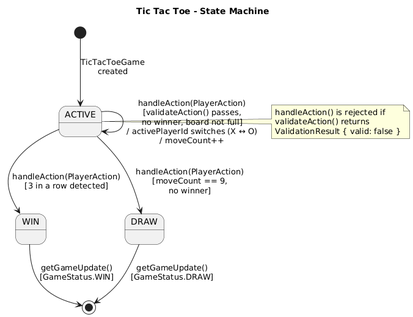
Earlier version of the PlantUML export docs/rules+validation/roman/02.03 - Tic Tac Toe SM Diagram.png (Hainsman/SENG-300-Group-Project).
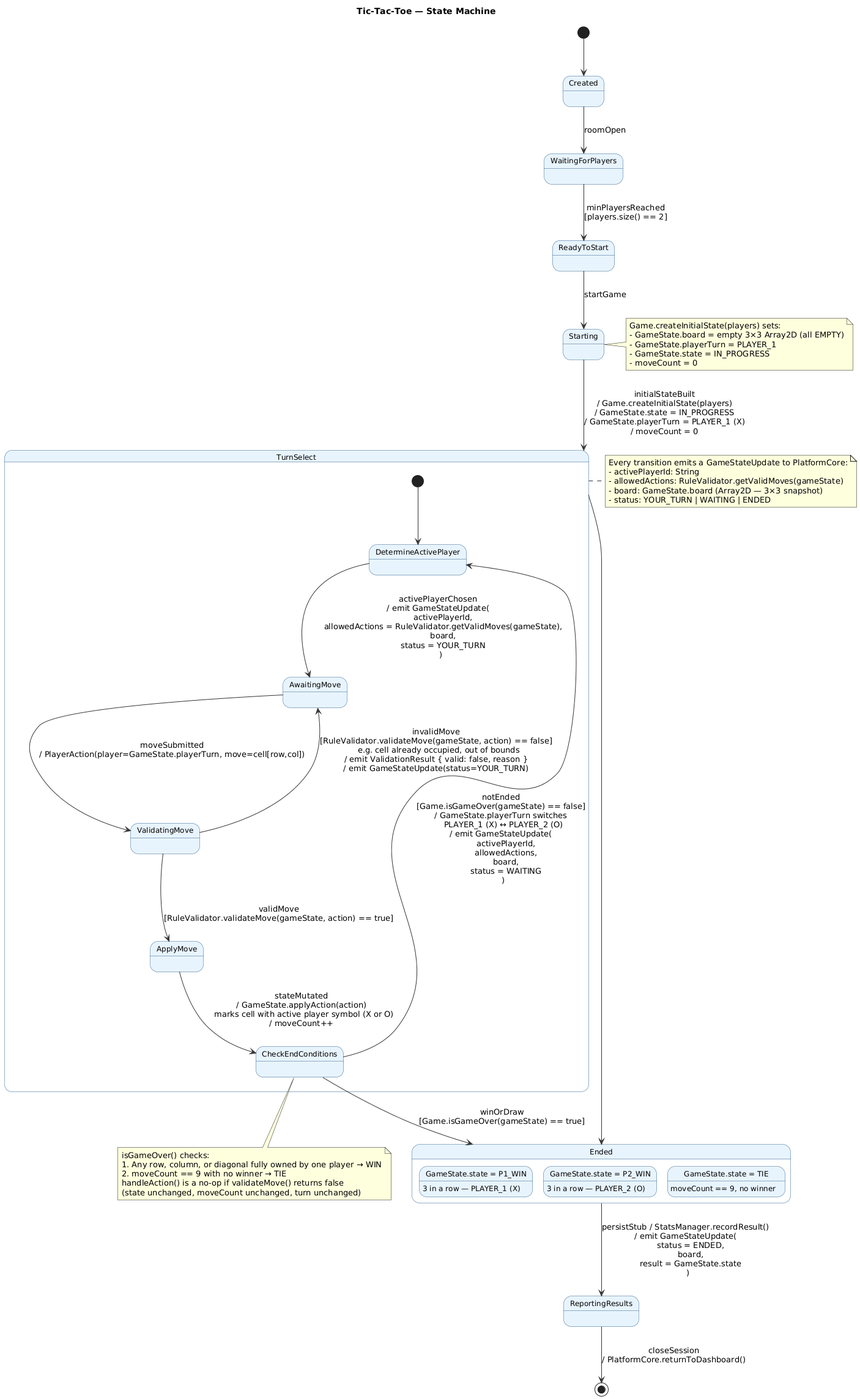
After the change.

Commit message:
Updated the Game SM Diagrams

The edit, as a diff of the source:
```diff
@@ -1,20 +1,78 @@
 @startuml
-title Tic Tac Toe - State Machine
+title Tic-Tac-Toe — State Machine
 
-[*] --> ACTIVE : TicTacToeGame\ncreated
+skinparam state {
+  BackgroundColor #E8F4FD
+  BorderColor #2A5F8F
+  FontSize 12
+  ArrowColor #333333
+  StartColor #1a3a5c
+  EndColor #1a3a5c
+  CompositeBackgroundColor #F5FAFF
+  CompositeBorderColor #2A5F8F
+}
 
-ACTIVE --> ACTIVE : handleAction(PlayerAction)\n[validateAction() passes,\nno winner, board not full]\n/ activePlayerId switches (X ↔ O)\n/ moveCount++
+[*] --> Created
 
-ACTIVE --> WIN : handleAction(PlayerAction)\n[3 in a row detected]
+Created --> WaitingForPlayers : roomOpen
 
-ACTIVE --> DRAW : handleAction(PlayerAction)\n[moveCount == 9,\nno winner]
+WaitingForPlayers --> ReadyToStart : minPlayersReached\n[players.size() == 2]
 
-WIN --> [*] : getGameUpdate()\n[GameStatus.WIN]
-DRAW --> [*] : getGameUpdate()\n[GameStatus.DRAW]
+ReadyToStart --> Starting : startGame
 
-note right of ACTIVE
-  handleAction() is rejected if
-  validateAction() returns
-  ValidationResult { valid: false }
+Starting --> TurnSelect : initialStateBuilt\n/ Game.createInitialState(players)\n/ GameState.state = IN_PROGRESS\n/ GameState.playerTurn = PLAYER_1 (X)\n/ moveCount = 0
+
+state TurnSelect {
+  [*] --> DetermineActivePlayer
+
+  DetermineActivePlayer --> AwaitingMove : activePlayerChosen\n/ emit GameStateUpdate(\n    activePlayerId,\n    allowedActions = RuleValidator.getValidMoves(gameState),\n    board,\n    status = YOUR_TURN\n  )
+
+  AwaitingMove --> ValidatingMove : moveSubmitted\n/ PlayerAction(player=GameState.playerTurn, move=cell[row,col])
+
+  ValidatingMove --> AwaitingMove : invalidMove\n[RuleValidator.validateMove(gameState, action) == false]\n  e.g. cell already occupied, out of bounds\n/ emit ValidationResult { valid: false, reason }\n/ emit GameStateUpdate(status=YOUR_TURN)
+
+  ValidatingMove --> ApplyMove : validMove\n[RuleValidator.validateMove(gameState, action) == true]
+
+  ApplyMove --> CheckEndConditions : stateMutated\n/ GameState.applyAction(action)\n  marks cell with active player symbol (X or O)\n/ moveCount++
+
+  CheckEndConditions --> DetermineActivePlayer : notEnded\n[Game.isGameOver(gameState) == false]\n/ GameState.playerTurn switches\n  PLAYER_1 (X) ↔ PLAYER_2 (O)\n/ emit GameStateUpdate(\n    activePlayerId,\n    allowedActions,\n    board,\n    status = WAITING\n  )
+
+  CheckEndConditions --> Ended : winOrDraw\n[Game.isGameOver(gameState) == true]
+}
+
+state Ended {
+  state "GameState.state = P1_WIN" as P1Win : 3 in a row — PLAYER_1 (X)
+  state "GameState.state = P2_WIN" as P2Win : 3 in a row — PLAYER_2 (O)
+  state "GameState.state = TIE"   as Tie   : moveCount == 9, no winner
+}
+
+TurnSelect --> Ended
+
+Ended --> ReportingResults : persistStub / StatsManager.recordResult()\n/ emit GameStateUpdate(\n    status = ENDED,\n    board,\n    result = GameState.state\n  )
+
+ReportingResults --> [*] : closeSession\n/ PlatformCore.returnToDashboard()
+
+note right of TurnSelect
+  Every transition emits a GameStateUpdate to PlatformCore:
+  - activePlayerId: String
+  - allowedActions: RuleValidator.getValidMoves(gameState)
+  - board: GameState.board (Array2D — 3×3 snapshot)
+  - status: YOUR_TURN | WAITING | ENDED
+end note
+
+note right of Starting
+  Game.createInitialState(players) sets:
+  - GameState.board = empty 3×3 Array2D (all EMPTY)
+  - GameState.playerTurn = PLAYER_1
+  - GameState.state = IN_PROGRESS
+  - moveCount = 0
+end note
+
+note bottom of CheckEndConditions
+  isGameOver() checks:
+  1. Any row, column, or diagonal fully owned by one player → WIN
+  2. moveCount == 9 with no winner → TIE
+  handleAction() is a no-op if validateMove() returns false
+  (state unchanged, moveCount unchanged, turn unchanged)
 end note
 @enduml
```
